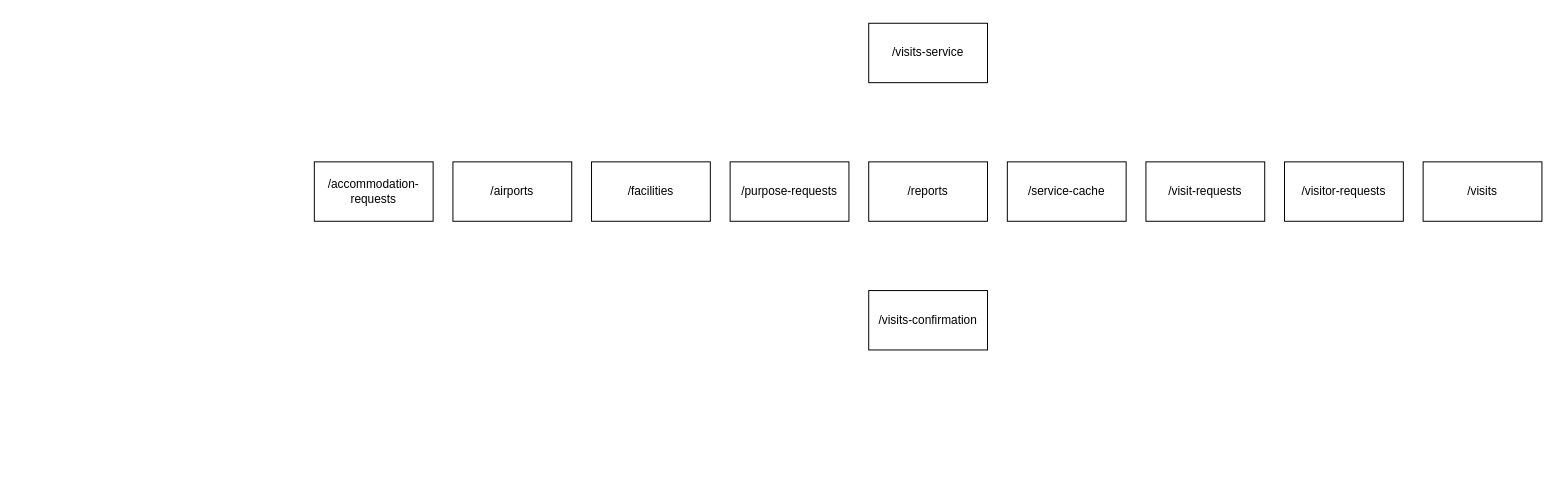
This is Service URL hierarchy.drawio from ambolt314/FinalProjectDesign, a draw.io file, before an edit. Source tidied: cells renumbered, new cells numbered last; positions are measured from the earlier drawing's top-left corner, leaving out a move shared by most shapes. Both pictures are drawn from the tidied source at 99%, with x=0, y=0 at pixel (314, 23).
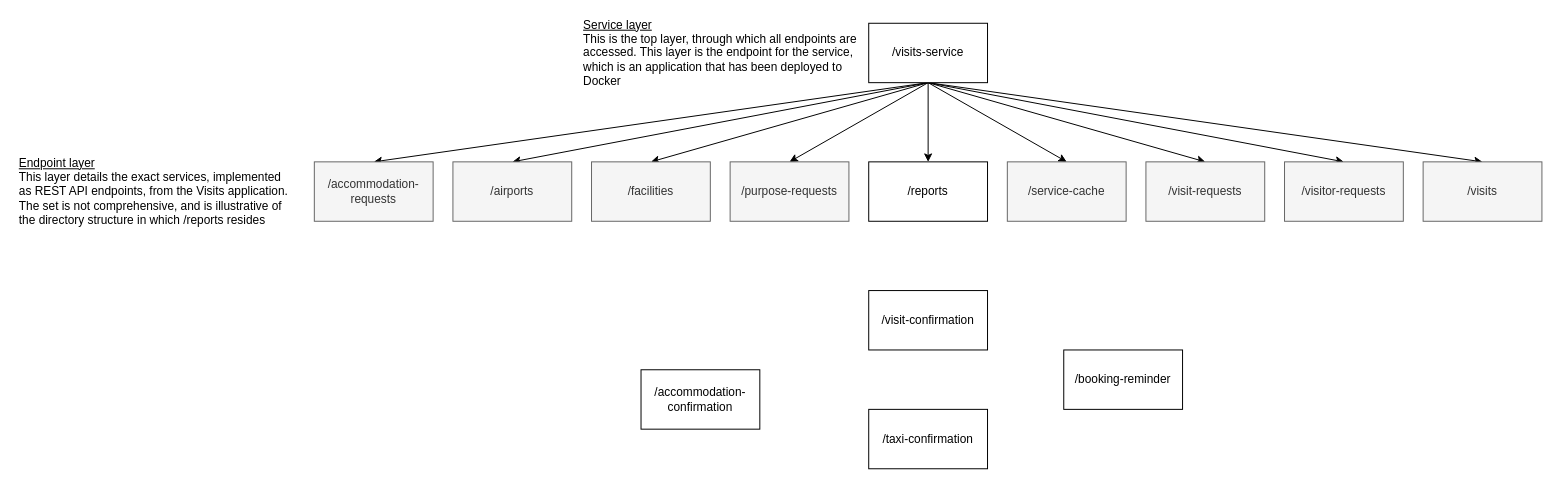
Above is the later version.

Commit message:
Added annotations to each layer

Unchanged cells that the change refers to:
```xml
<mxCell id="2" value="/visits-service" style="rounded=0;whiteSpace=wrap;html=1;" parent="1" vertex="1">
  <mxGeometry x="560" width="120" height="60" as="geometry" />
</mxCell>
<mxCell id="4" value="/reports" style="rounded=0;whiteSpace=wrap;html=1;" parent="1" vertex="1">
  <mxGeometry x="560" y="140" width="120" height="60" as="geometry" />
</mxCell>
```

Diff of the diagram source:
```diff
@@
+    <mxCell id="13" style="rounded=0;jettySize=auto;html=1;entryX=0.5;entryY=0;entryDx=0;entryDy=0;exitX=0.5;exitY=1;exitDx=0;exitDy=0;" parent="1" edge="1" source="2" target="7">
+      <mxGeometry relative="1" as="geometry" />
+    </mxCell>
+    <mxCell id="14" style="rounded=0;jettySize=auto;html=1;exitX=0.5;exitY=1;exitDx=0;exitDy=0;entryX=0.5;entryY=0;entryDx=0;entryDy=0;" parent="1" edge="1" source="2" target="3">
+      <mxGeometry relative="1" as="geometry" />
+    </mxCell>
+    <mxCell id="15" style="edgeStyle=none;rounded=0;jettySize=auto;html=1;entryX=0.5;entryY=0;entryDx=0;entryDy=0;exitX=0.5;exitY=1;exitDx=0;exitDy=0;" parent="1" edge="1" source="2" target="8">
+      <mxGeometry relative="1" as="geometry" />
+    </mxCell>
+    <mxCell id="16" style="edgeStyle=none;rounded=0;jettySize=auto;html=1;entryX=0.5;entryY=0;entryDx=0;entryDy=0;exitX=0.5;exitY=1;exitDx=0;exitDy=0;" parent="1" edge="1" source="2" target="9">
+      <mxGeometry relative="1" as="geometry" />
+    </mxCell>
+    <mxCell id="17" style="edgeStyle=none;rounded=0;jettySize=auto;html=1;entryX=0.5;entryY=0;entryDx=0;entryDy=0;" parent="1" edge="1" source="2" target="4">
+      <mxGeometry relative="1" as="geometry" />
+    </mxCell>
+    <mxCell id="18" style="edgeStyle=none;rounded=0;jettySize=auto;html=1;entryX=0.5;entryY=0;entryDx=0;entryDy=0;exitX=0.5;exitY=1;exitDx=0;exitDy=0;" parent="1" edge="1" source="2" target="10">
+      <mxGeometry relative="1" as="geometry" />
+    </mxCell>
+    <mxCell id="19" style="edgeStyle=none;rounded=0;jettySize=auto;html=1;entryX=0.5;entryY=0;entryDx=0;entryDy=0;exitX=0.5;exitY=1;exitDx=0;exitDy=0;" parent="1" edge="1" source="2" target="6">
+      <mxGeometry relative="1" as="geometry" />
+    </mxCell>
+    <mxCell id="20" style="edgeStyle=none;rounded=0;jettySize=auto;html=1;entryX=0.5;entryY=0;entryDx=0;entryDy=0;exitX=0.5;exitY=1;exitDx=0;exitDy=0;" parent="1" edge="1" source="2" target="11">
+      <mxGeometry relative="1" as="geometry" />
+    </mxCell>
+    <mxCell id="21" style="edgeStyle=none;rounded=0;jettySize=auto;html=1;entryX=0.5;entryY=0;entryDx=0;entryDy=0;exitX=0.5;exitY=1;exitDx=0;exitDy=0;" parent="1" edge="1" source="2" target="12">
+      <mxGeometry relative="1" as="geometry" />
+    </mxCell>
@@
-    <mxCell id="3" value="/airports" style="rounded=0;whiteSpace=wrap;html=1;" parent="1" vertex="1">
+    <mxCell id="3" value="/airports" style="rounded=0;whiteSpace=wrap;html=1;fillColor=#f5f5f5;fontColor=#333333;strokeColor=#666666;" parent="1" vertex="1">
       <mxGeometry x="140" y="140" width="120" height="60" as="geometry" />
     </mxCell>
@@
-    <mxCell id="5" value="/visits-confirmation" style="rounded=0;whiteSpace=wrap;html=1;" parent="1" vertex="1">
+    <mxCell id="5" value="/visit-confirmation" style="rounded=0;whiteSpace=wrap;html=1;" parent="1" vertex="1">
       <mxGeometry x="560" y="270" width="120" height="60" as="geometry" />
     </mxCell>
-    <mxCell id="6" value="/visit-requests" style="rounded=0;whiteSpace=wrap;html=1;" parent="1" vertex="1">
+    <mxCell id="6" value="/visit-requests" style="rounded=0;whiteSpace=wrap;html=1;fillColor=#f5f5f5;fontColor=#333333;strokeColor=#666666;" parent="1" vertex="1">
       <mxGeometry x="840" y="140" width="120" height="60" as="geometry" />
     </mxCell>
-    <mxCell id="7" value="/accommodation-requests" style="rounded=0;whiteSpace=wrap;html=1;" parent="1" vertex="1">
+    <mxCell id="7" value="/accommodation-requests" style="rounded=0;whiteSpace=wrap;html=1;fillColor=#f5f5f5;fontColor=#333333;strokeColor=#666666;" parent="1" vertex="1">
       <mxGeometry y="140" width="120" height="60" as="geometry" />
     </mxCell>
-    <mxCell id="8" value="/facilities" style="rounded=0;whiteSpace=wrap;html=1;" parent="1" vertex="1">
+    <mxCell id="8" value="/facilities" style="rounded=0;whiteSpace=wrap;html=1;fillColor=#f5f5f5;fontColor=#333333;strokeColor=#666666;" parent="1" vertex="1">
       <mxGeometry x="280" y="140" width="120" height="60" as="geometry" />
     </mxCell>
-    <mxCell id="9" value="/purpose-requests" style="rounded=0;whiteSpace=wrap;html=1;" parent="1" vertex="1">
+    <mxCell id="9" value="/purpose-requests" style="rounded=0;whiteSpace=wrap;html=1;fillColor=#f5f5f5;fontColor=#333333;strokeColor=#666666;" parent="1" vertex="1">
       <mxGeometry x="420" y="140" width="120" height="60" as="geometry" />
     </mxCell>
-    <mxCell id="10" value="/service-cache" style="rounded=0;whiteSpace=wrap;html=1;" parent="1" vertex="1">
+    <mxCell id="10" value="/service-cache" style="rounded=0;whiteSpace=wrap;html=1;fillColor=#f5f5f5;fontColor=#333333;strokeColor=#666666;" parent="1" vertex="1">
       <mxGeometry x="700" y="140" width="120" height="60" as="geometry" />
     </mxCell>
-    <mxCell id="11" value="/visitor-requests" style="rounded=0;whiteSpace=wrap;html=1;" parent="1" vertex="1">
+    <mxCell id="11" value="/visitor-requests" style="rounded=0;whiteSpace=wrap;html=1;fillColor=#f5f5f5;fontColor=#333333;strokeColor=#666666;" parent="1" vertex="1">
       <mxGeometry x="980" y="140" width="120" height="60" as="geometry" />
     </mxCell>
-    <mxCell id="12" value="/visits" style="rounded=0;whiteSpace=wrap;html=1;" parent="1" vertex="1">
+    <mxCell id="12" value="/visits" style="rounded=0;whiteSpace=wrap;html=1;fillColor=#f5f5f5;fontColor=#333333;strokeColor=#666666;" parent="1" vertex="1">
       <mxGeometry x="1120" y="140" width="120" height="60" as="geometry" />
     </mxCell>
+    <mxCell id="22" value="/taxi-confirmation" style="rounded=0;whiteSpace=wrap;html=1;" parent="1" vertex="1">
+      <mxGeometry x="560" y="390" width="120" height="60" as="geometry" />
+    </mxCell>
+    <mxCell id="23" value="/booking-reminder" style="rounded=0;whiteSpace=wrap;html=1;" parent="1" vertex="1">
+      <mxGeometry x="757" y="330" width="120" height="60" as="geometry" />
+    </mxCell>
+    <mxCell id="24" value="&lt;div align=&quot;left&quot;&gt;&lt;u&gt;Service layer&lt;/u&gt;&lt;/div&gt;&lt;div align=&quot;left&quot;&gt;This is the top layer, through which all endpoints are accessed. This layer is the endpoint for the service, which is an application that has been deployed to Docker&lt;br&gt;&lt;/div&gt;" style="text;html=1;align=left;verticalAlign=middle;whiteSpace=wrap;rounded=0;" parent="1" vertex="1">
+      <mxGeometry x="270" y="15" width="280" height="30" as="geometry" />
+    </mxCell>
+    <mxCell id="25" value="&lt;u&gt;Endpoint layer&lt;/u&gt;&lt;div align=&quot;left&quot;&gt;This layer details the exact services, implemented as REST API endpoints, from the Visits application. The set is not comprehensive, and is illustrative of the directory structure in which /reports resides&lt;br&gt;&lt;/div&gt;" style="text;html=1;align=left;verticalAlign=middle;whiteSpace=wrap;rounded=0;" parent="1" vertex="1">
+      <mxGeometry x="-300" y="155" width="280" height="30" as="geometry" />
+    </mxCell>
+    <mxCell id="26" value="/accommodation-confirmation" style="rounded=0;whiteSpace=wrap;html=1;" parent="1" vertex="1">
+      <mxGeometry x="330" y="350" width="120" height="60" as="geometry" />
+    </mxCell>
```
